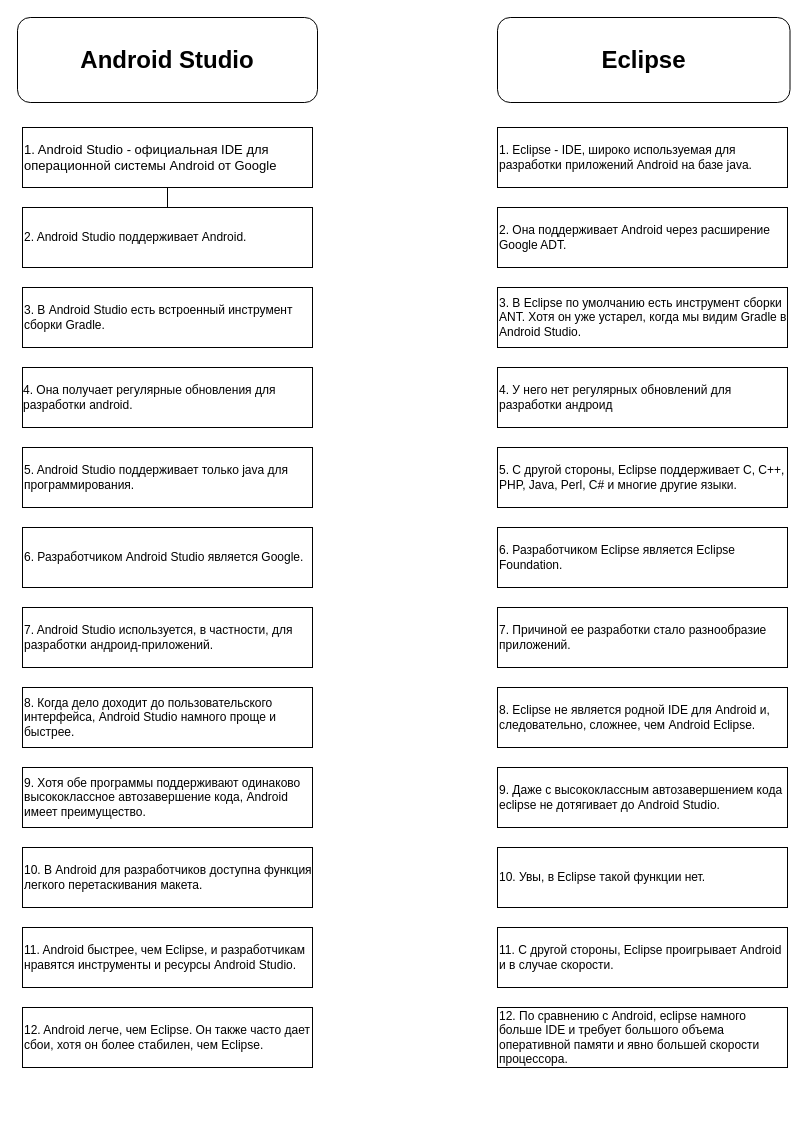
This is Untitled Diagram.drawio from Jetexp/fdrawio, a draw.io file, before an edit. Source tidied: cells renumbered, new cells numbered last; positions are measured from the earlier drawing's top-left corner, leaving out a move shared by most shapes. Both pictures are drawn from the tidied source at 100%, with x=0, y=0 at pixel (17, 17).
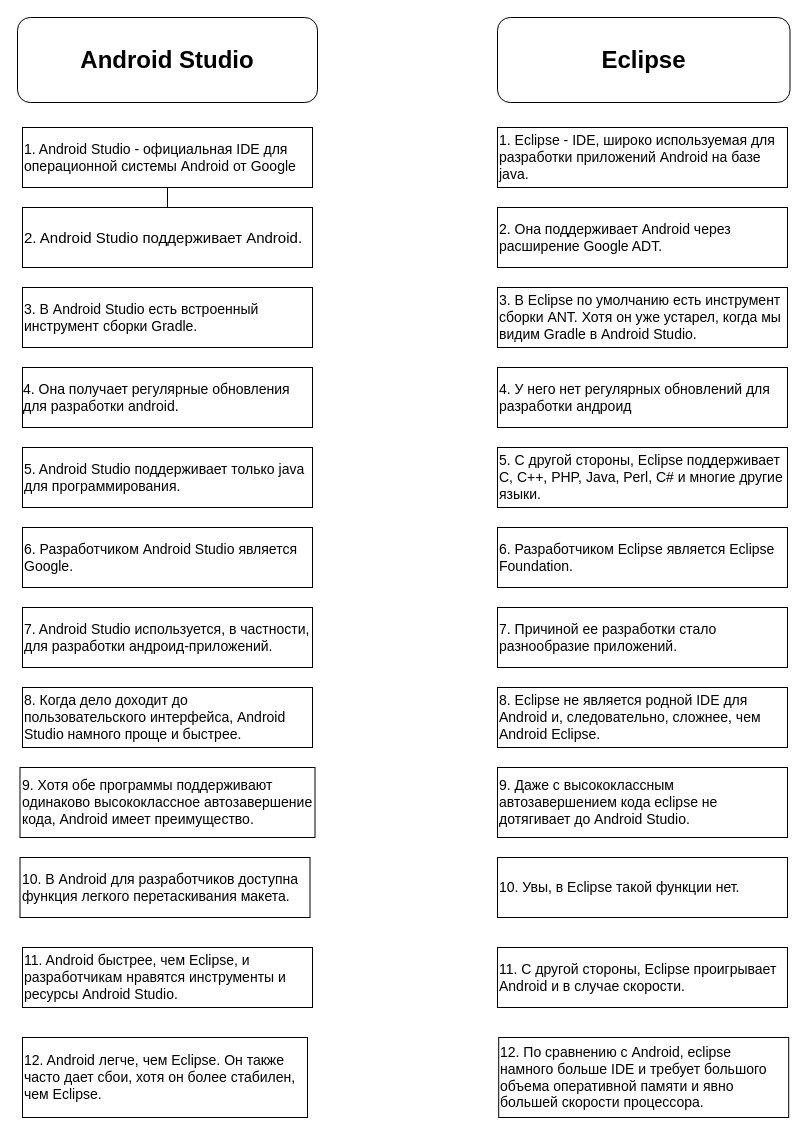
The same page after the edit.

The edit, as a diff of the source:
```diff
@@
-    <mxCell id="5" value="&lt;span style=&quot;background-color: initial;&quot;&gt;1. Android Studio - официальная IDE для операционной системы Android от Google&lt;/span&gt;" style="rounded=0;whiteSpace=wrap;html=1;fontSize=13;align=left;" parent="1" vertex="1">
+    <mxCell id="5" value="&lt;span style=&quot;background-color: initial; font-size: 14px;&quot;&gt;1. Android Studio - официальная IDE для операционной системы Android от Google&lt;/span&gt;" style="rounded=0;whiteSpace=wrap;html=1;fontSize=14;align=left;" parent="1" vertex="1">
       <mxGeometry x="5" y="110" width="290" height="60" as="geometry" />
     </mxCell>
-    <mxCell id="6" value="1. Eclipse - IDE, широко используемая для разработки приложений Android на базе java." style="rounded=0;whiteSpace=wrap;html=1;align=left;" parent="1" vertex="1">
+    <mxCell id="6" value="1. Eclipse - IDE, широко используемая для разработки приложений Android на базе java." style="rounded=0;whiteSpace=wrap;html=1;align=left;fontSize=14;" parent="1" vertex="1">
       <mxGeometry x="480" y="110" width="290" height="60" as="geometry" />
     </mxCell>
-    <mxCell id="7" value="&lt;span style=&quot;background-color: initial;&quot;&gt;2. Android Studio поддерживает Android.&lt;/span&gt;" style="rounded=0;whiteSpace=wrap;html=1;align=left;" parent="1" vertex="1">
+    <mxCell id="7" value="&lt;span style=&quot;background-color: initial; font-size: 15px;&quot;&gt;2. Android Studio поддерживает Android.&lt;/span&gt;" style="rounded=0;whiteSpace=wrap;html=1;align=left;fontSize=15;" parent="1" vertex="1">
       <mxGeometry x="5" y="190" width="290" height="60" as="geometry" />
     </mxCell>
-    <mxCell id="8" value="2. Она поддерживает Android через расширение Google ADT." style="rounded=0;whiteSpace=wrap;html=1;align=left;" parent="1" vertex="1">
+    <mxCell id="8" value="2. Она поддерживает Android через расширение Google ADT." style="rounded=0;whiteSpace=wrap;html=1;align=left;fontSize=14;" parent="1" vertex="1">
       <mxGeometry x="480" y="190" width="290" height="60" as="geometry" />
     </mxCell>
-    <mxCell id="9" value="&lt;div style=&quot;&quot;&gt;&lt;span style=&quot;background-color: initial;&quot;&gt;3. В Android Studio есть встроенный инструмент сборки Gradle.&lt;/span&gt;&lt;br&gt;&lt;/div&gt;" style="rounded=0;whiteSpace=wrap;html=1;align=left;" parent="1" vertex="1">
+    <mxCell id="9" value="&lt;div style=&quot;font-size: 14px;&quot;&gt;&lt;span style=&quot;background-color: initial; font-size: 14px;&quot;&gt;3. В Android Studio есть встроенный инструмент сборки Gradle.&lt;/span&gt;&lt;br style=&quot;font-size: 14px;&quot;&gt;&lt;/div&gt;" style="rounded=0;whiteSpace=wrap;html=1;align=left;fontSize=14;" parent="1" vertex="1">
       <mxGeometry x="5" y="270" width="290" height="60" as="geometry" />
     </mxCell>
-    <mxCell id="10" value="3. В Eclipse по умолчанию есть инструмент сборки ANT. Хотя он уже устарел, когда мы видим Gradle в Android Studio." style="rounded=0;whiteSpace=wrap;html=1;align=left;" parent="1" vertex="1">
+    <mxCell id="10" value="3. В Eclipse по умолчанию есть инструмент сборки ANT. Хотя он уже устарел, когда мы видим Gradle в Android Studio." style="rounded=0;whiteSpace=wrap;html=1;align=left;fontSize=14;" parent="1" vertex="1">
       <mxGeometry x="480" y="270" width="290" height="60" as="geometry" />
     </mxCell>
-    <mxCell id="11" value="&lt;div style=&quot;text-align: left;&quot;&gt;&lt;span style=&quot;background-color: initial;&quot;&gt;4. Она получает регулярные обновления для разработки android.&lt;/span&gt;&lt;/div&gt;" style="rounded=0;whiteSpace=wrap;html=1;" parent="1" vertex="1">
+    <mxCell id="11" value="&lt;div style=&quot;text-align: left; font-size: 14px;&quot;&gt;&lt;span style=&quot;background-color: initial; font-size: 14px;&quot;&gt;4. Она получает регулярные обновления для разработки android.&lt;/span&gt;&lt;/div&gt;" style="rounded=0;whiteSpace=wrap;html=1;fontSize=14;" parent="1" vertex="1">
       <mxGeometry x="5" y="350" width="290" height="60" as="geometry" />
     </mxCell>
-    <mxCell id="12" value="&lt;div&gt;4. У него нет регулярных обновлений для разработки андроид&lt;/div&gt;" style="rounded=0;whiteSpace=wrap;html=1;align=left;" parent="1" vertex="1">
+    <mxCell id="12" value="&lt;div style=&quot;font-size: 14px;&quot;&gt;4. У него нет регулярных обновлений для разработки андроид&lt;/div&gt;" style="rounded=0;whiteSpace=wrap;html=1;align=left;fontSize=14;" parent="1" vertex="1">
       <mxGeometry x="480" y="350" width="290" height="60" as="geometry" />
     </mxCell>
-    <mxCell id="13" value="5. Android Studio поддерживает только java для программирования." style="rounded=0;whiteSpace=wrap;html=1;align=left;" parent="1" vertex="1">
+    <mxCell id="13" value="5. Android Studio поддерживает только java для программирования." style="rounded=0;whiteSpace=wrap;html=1;align=left;fontSize=14;" parent="1" vertex="1">
       <mxGeometry x="5" y="430" width="290" height="60" as="geometry" />
     </mxCell>
-    <mxCell id="14" value="5. С другой стороны, Eclipse поддерживает C, C++, PHP, Java, Perl, C# и многие другие языки." style="rounded=0;whiteSpace=wrap;html=1;align=left;" parent="1" vertex="1">
+    <mxCell id="14" value="5. С другой стороны, Eclipse поддерживает C, C++, PHP, Java, Perl, C# и многие другие языки." style="rounded=0;whiteSpace=wrap;html=1;align=left;fontSize=14;" parent="1" vertex="1">
       <mxGeometry x="480" y="430" width="290" height="60" as="geometry" />
     </mxCell>
-    <mxCell id="15" value="6. Разработчиком Android Studio является Google." style="rounded=0;whiteSpace=wrap;html=1;align=left;" parent="1" vertex="1">
+    <mxCell id="15" value="6. Разработчиком Android Studio является Google." style="rounded=0;whiteSpace=wrap;html=1;align=left;fontSize=14;" parent="1" vertex="1">
       <mxGeometry x="5" y="510" width="290" height="60" as="geometry" />
     </mxCell>
-    <mxCell id="16" value="6. Разработчиком Eclipse является Eclipse Foundation." style="rounded=0;whiteSpace=wrap;html=1;align=left;" parent="1" vertex="1">
+    <mxCell id="16" value="6. Разработчиком Eclipse является Eclipse Foundation." style="rounded=0;whiteSpace=wrap;html=1;align=left;fontSize=14;" parent="1" vertex="1">
       <mxGeometry x="480" y="510" width="290" height="60" as="geometry" />
     </mxCell>
-    <mxCell id="17" value="7. Android Studio используется, в частности, для разработки андроид-приложений." style="rounded=0;whiteSpace=wrap;html=1;align=left;" parent="1" vertex="1">
+    <mxCell id="17" value="7. Android Studio используется, в частности, для разработки андроид-приложений." style="rounded=0;whiteSpace=wrap;html=1;align=left;fontSize=14;" parent="1" vertex="1">
       <mxGeometry x="5" y="590" width="290" height="60" as="geometry" />
     </mxCell>
-    <mxCell id="18" value="7. Причиной ее разработки стало разнообразие приложений." style="rounded=0;whiteSpace=wrap;html=1;align=left;" parent="1" vertex="1">
+    <mxCell id="18" value="7. Причиной ее разработки стало разнообразие приложений." style="rounded=0;whiteSpace=wrap;html=1;align=left;fontSize=14;" parent="1" vertex="1">
       <mxGeometry x="480" y="590" width="290" height="60" as="geometry" />
     </mxCell>
-    <mxCell id="19" value="8. Когда дело доходит до пользовательского интерфейса, Android Studio намного проще и быстрее." style="rounded=0;whiteSpace=wrap;html=1;align=left;" parent="1" vertex="1">
+    <mxCell id="19" value="8. Когда дело доходит до пользовательского интерфейса, Android Studio намного проще и быстрее." style="rounded=0;whiteSpace=wrap;html=1;align=left;fontSize=14;" parent="1" vertex="1">
       <mxGeometry x="5" y="670" width="290" height="60" as="geometry" />
     </mxCell>
-    <mxCell id="20" value="8. Eclipse не является родной IDE для Android и, следовательно, сложнее, чем Android Eclipse." style="rounded=0;whiteSpace=wrap;html=1;align=left;" parent="1" vertex="1">
+    <mxCell id="20" value="8. Eclipse не является родной IDE для Android и, следовательно, сложнее, чем Android Eclipse." style="rounded=0;whiteSpace=wrap;html=1;align=left;fontSize=14;" parent="1" vertex="1">
       <mxGeometry x="480" y="670" width="290" height="60" as="geometry" />
     </mxCell>
-    <mxCell id="21" value="9. Хотя обе программы поддерживают одинаково высококлассное автозавершение кода, Android имеет преимущество." style="rounded=0;whiteSpace=wrap;html=1;align=left;" parent="1" vertex="1">
-      <mxGeometry x="5" y="750" width="290" height="60" as="geometry" />
+    <mxCell id="21" value="9. Хотя обе программы поддерживают одинаково высококлассное автозавершение кода, Android имеет преимущество." style="rounded=0;whiteSpace=wrap;html=1;align=left;fontSize=14;" parent="1" vertex="1">
+      <mxGeometry x="2.5" y="750" width="295" height="70" as="geometry" />
     </mxCell>
-    <mxCell id="22" value="9. Даже с высококлассным автозавершением кода eclipse не дотягивает до Android Studio." style="rounded=0;whiteSpace=wrap;html=1;align=left;" parent="1" vertex="1">
-      <mxGeometry x="480" y="750" width="290" height="60" as="geometry" />
+    <mxCell id="22" value="9. Даже с высококлассным автозавершением кода eclipse не дотягивает до Android Studio." style="rounded=0;whiteSpace=wrap;html=1;align=left;fontSize=14;" parent="1" vertex="1">
+      <mxGeometry x="480" y="750" width="290" height="70" as="geometry" />
     </mxCell>
-    <mxCell id="23" value="10. В Android для разработчиков доступна функция легкого перетаскивания макета." style="rounded=0;whiteSpace=wrap;html=1;align=left;" parent="1" vertex="1">
-      <mxGeometry x="5" y="830" width="290" height="60" as="geometry" />
+    <mxCell id="23" value="10. В Android для разработчиков доступна функция легкого перетаскивания макета." style="rounded=0;whiteSpace=wrap;html=1;align=left;fontSize=14;" parent="1" vertex="1">
+      <mxGeometry x="2.5" y="840" width="290" height="60" as="geometry" />
     </mxCell>
-    <mxCell id="24" value="10. Увы, в Eclipse такой функции нет." style="rounded=0;whiteSpace=wrap;html=1;align=left;" parent="1" vertex="1">
-      <mxGeometry x="480" y="830" width="290" height="60" as="geometry" />
+    <mxCell id="24" value="10. Увы, в Eclipse такой функции нет." style="rounded=0;whiteSpace=wrap;html=1;align=left;fontSize=14;" parent="1" vertex="1">
+      <mxGeometry x="480" y="840" width="290" height="60" as="geometry" />
     </mxCell>
-    <mxCell id="25" value="11. Android быстрее, чем Eclipse, и разработчикам нравятся инструменты и ресурсы Android Studio." style="rounded=0;whiteSpace=wrap;html=1;align=left;" parent="1" vertex="1">
-      <mxGeometry x="5" y="910" width="290" height="60" as="geometry" />
+    <mxCell id="25" value="11. Android быстрее, чем Eclipse, и разработчикам нравятся инструменты и ресурсы Android Studio." style="rounded=0;whiteSpace=wrap;html=1;align=left;fontSize=14;" parent="1" vertex="1">
+      <mxGeometry x="5" y="930" width="290" height="60" as="geometry" />
     </mxCell>
-    <mxCell id="26" value="11. С другой стороны, Eclipse проигрывает Android и в случае скорости." style="rounded=0;whiteSpace=wrap;html=1;align=left;" parent="1" vertex="1">
-      <mxGeometry x="480" y="910" width="290" height="60" as="geometry" />
+    <mxCell id="26" value="11. С другой стороны, Eclipse проигрывает Android и в случае скорости." style="rounded=0;whiteSpace=wrap;html=1;align=left;fontSize=14;" parent="1" vertex="1">
+      <mxGeometry x="480" y="930" width="290" height="60" as="geometry" />
     </mxCell>
-    <mxCell id="27" value="12. Android легче, чем Eclipse. Он также часто дает сбои, хотя он более стабилен, чем Eclipse." style="rounded=0;whiteSpace=wrap;html=1;align=left;" parent="1" vertex="1">
-      <mxGeometry x="5" y="990" width="290" height="60" as="geometry" />
+    <mxCell id="27" value="12. Android легче, чем Eclipse. Он также часто дает сбои, хотя он более стабилен, чем Eclipse." style="rounded=0;whiteSpace=wrap;html=1;align=left;fontSize=14;" parent="1" vertex="1">
+      <mxGeometry x="5" y="1020" width="285" height="80" as="geometry" />
     </mxCell>
-    <mxCell id="28" value="12. По сравнению с Android, eclipse намного больше IDE и требует большого объема оперативной памяти и явно большей скорости процессора." style="rounded=0;whiteSpace=wrap;html=1;align=left;" parent="1" vertex="1">
-      <mxGeometry x="480" y="990" width="290" height="60" as="geometry" />
+    <mxCell id="28" value="12. По сравнению с Android, eclipse намного больше IDE и требует большого объема оперативной памяти и явно большей скорости процессора." style="rounded=0;whiteSpace=wrap;html=1;align=left;fontSize=14;" parent="1" vertex="1">
+      <mxGeometry x="481.2" y="1020" width="290" height="80" as="geometry" />
     </mxCell>
```
